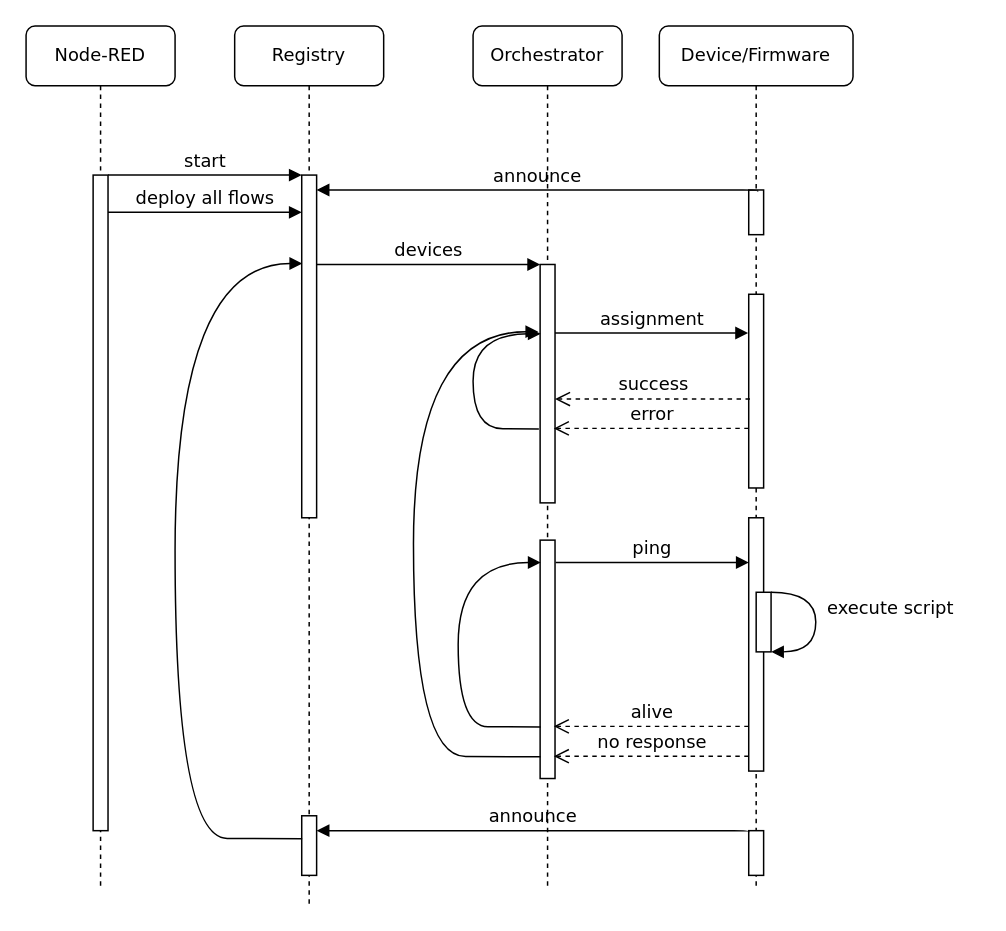
The draw.io diagram Thesis sequence diagram.drawio in BeeMargarida/dissertation, before the edit. Source tidied: cells renumbered, new cells numbered last; positions are measured from the earlier drawing's top-left corner, leaving out a move shared by most shapes. Both pictures are drawn from the tidied source at 149%, with x=0, y=0 at pixel (25, 25).
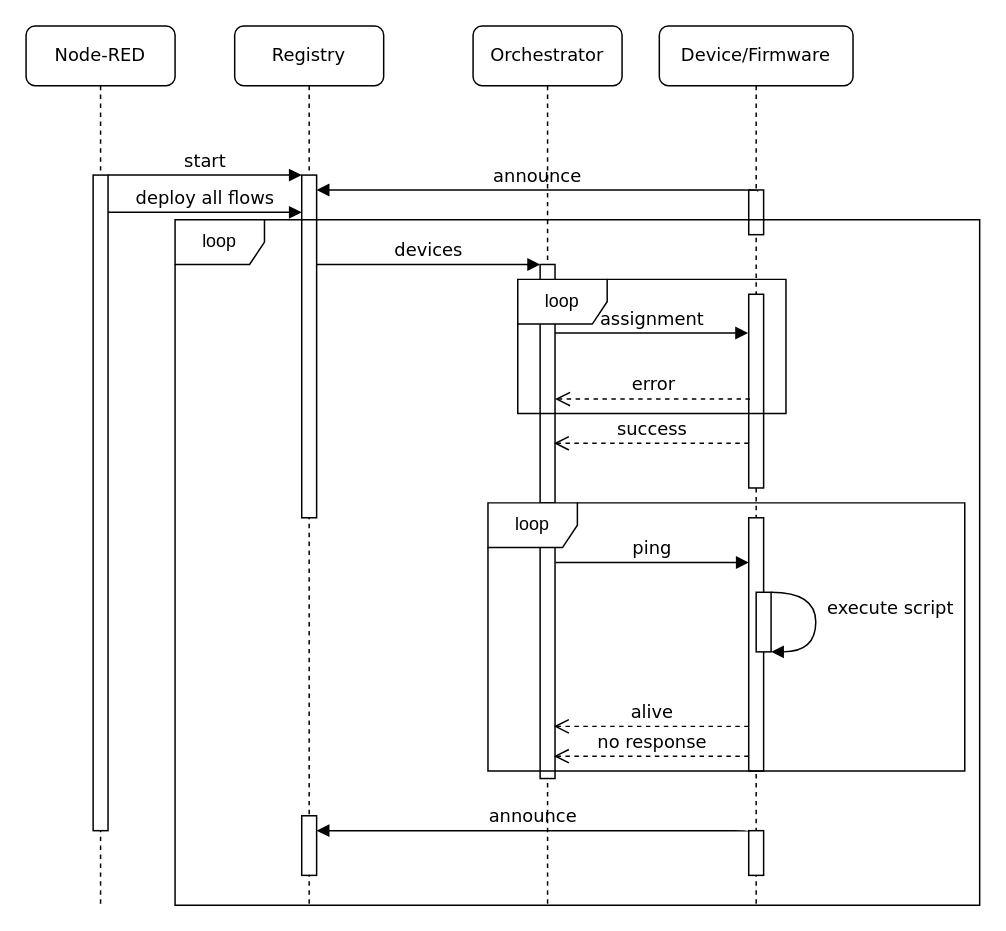
The same diagram, later.

The change refers to these unchanged cells:
```xml
<mxCell id="3" style="html=1;points=[];perimeter=orthogonalPerimeter;rounded=0;shadow=0;comic=0;labelBackgroundColor=none;strokeWidth=1;fontFamily=Verdana;fontSize=12;align=center;" parent="2" vertex="1">
  <mxGeometry x="45" y="100" width="10" height="230" as="geometry" />
</mxCell>
<mxCell id="6" style="html=1;points=[];perimeter=orthogonalPerimeter;rounded=0;shadow=0;comic=0;labelBackgroundColor=none;strokeWidth=1;fontFamily=Verdana;fontSize=12;align=center;" parent="5" vertex="1">
  <mxGeometry x="45" y="160" width="10" height="160" as="geometry" />
</mxCell>
<mxCell id="8" style="html=1;points=[];perimeter=orthogonalPerimeter;rounded=0;shadow=0;comic=0;labelBackgroundColor=none;strokeWidth=1;fontFamily=Verdana;fontSize=12;align=center;" parent="5" vertex="1">
  <mxGeometry x="45" y="345" width="10" height="160" as="geometry" />
</mxCell>
<mxCell id="11" style="html=1;points=[];perimeter=orthogonalPerimeter;rounded=0;shadow=0;comic=0;labelBackgroundColor=none;strokeWidth=1;fontFamily=Verdana;fontSize=12;align=center;" parent="10" vertex="1">
  <mxGeometry x="60" y="180" width="10" height="130" as="geometry" />
</mxCell>
```

The edit, as a diff of the source:
```diff
@@
     <mxCell id="5" value="Orchestrator" style="shape=umlLifeline;perimeter=lifelinePerimeter;whiteSpace=wrap;html=1;rounded=1;shadow=0;comic=0;labelBackgroundColor=none;strokeWidth=1;fontFamily=Verdana;fontSize=12;align=center;" parent="1" vertex="1">
-      <mxGeometry x="300" width="100" height="580" as="geometry" />
+      <mxGeometry x="300" width="100" height="590" as="geometry" />
     </mxCell>
@@
-    <mxCell id="7" style="html=1;verticalAlign=bottom;endArrow=block;labelBackgroundColor=none;fontFamily=Verdana;fontSize=12;elbow=vertical;edgeStyle=orthogonalEdgeStyle;curved=1;exitX=-0.083;exitY=0.69;exitPerimeter=0;exitDx=0;exitDy=0;entryX=0.036;entryY=0.291;entryDx=0;entryDy=0;entryPerimeter=0;" parent="5" edge="1" source="6" target="6">
-      <mxGeometry x="-0.16" y="30" relative="1" as="geometry">
-        <Array as="points">
-          <mxPoint x="40" y="270" />
-          <mxPoint y="270" />
-          <mxPoint y="207" />
-        </Array>
-      </mxGeometry>
-    </mxCell>
@@
-    <mxCell id="9" style="html=1;verticalAlign=bottom;endArrow=block;labelBackgroundColor=none;fontFamily=Verdana;fontSize=12;elbow=vertical;edgeStyle=orthogonalEdgeStyle;curved=1;exitX=0.036;exitY=0.784;exitPerimeter=0;exitDx=0;exitDy=0;entryX=0.036;entryY=0.094;entryDx=0;entryDy=0;entryPerimeter=0;" parent="5" edge="1" source="8" target="8">
-      <mxGeometry x="-0.16" y="30" relative="1" as="geometry">
-        <Array as="points">
-          <mxPoint x="30" y="470" />
-          <mxPoint x="-10" y="470" />
-          <mxPoint x="-10" y="360" />
-        </Array>
-      </mxGeometry>
-    </mxCell>
     <mxCell id="10" value="Device/Firmware" style="shape=umlLifeline;perimeter=lifelinePerimeter;whiteSpace=wrap;html=1;rounded=1;shadow=0;comic=0;labelBackgroundColor=none;strokeWidth=1;fontFamily=Verdana;fontSize=12;align=center;" parent="1" vertex="1">
-      <mxGeometry x="425" width="130" height="580" as="geometry" />
+      <mxGeometry x="425" width="130" height="590" as="geometry" />
     </mxCell>
@@
     <mxCell id="16" value="Node-RED" style="shape=umlLifeline;perimeter=lifelinePerimeter;whiteSpace=wrap;html=1;rounded=1;shadow=0;comic=0;labelBackgroundColor=none;strokeWidth=1;fontFamily=Verdana;fontSize=12;align=center;" parent="1" vertex="1">
-      <mxGeometry width="100" height="580" as="geometry" />
+      <mxGeometry width="100" height="590" as="geometry" />
     </mxCell>
@@
-    <mxCell id="23" value="success" style="html=1;verticalAlign=bottom;endArrow=open;dashed=1;endSize=8;exitX=0.083;exitY=0.541;labelBackgroundColor=none;fontFamily=Verdana;fontSize=12;exitDx=0;exitDy=0;exitPerimeter=0;" parent="1" edge="1" source="11" target="6">
+    <mxCell id="23" value="error" style="html=1;verticalAlign=bottom;endArrow=open;dashed=1;endSize=8;exitX=0.083;exitY=0.541;labelBackgroundColor=none;fontFamily=Verdana;fontSize=12;exitDx=0;exitDy=0;exitPerimeter=0;" parent="1" edge="1" source="11" target="6">
       <mxGeometry relative="1" as="geometry" />
     </mxCell>
-    <mxCell id="24" value="error" style="html=1;verticalAlign=bottom;endArrow=open;dashed=1;endSize=8;exitX=0.083;exitY=0.541;labelBackgroundColor=none;fontFamily=Verdana;fontSize=12;exitDx=0;exitDy=0;exitPerimeter=0;" parent="1" edge="1">
+    <mxCell id="24" value="success" style="html=1;verticalAlign=bottom;endArrow=open;dashed=1;endSize=8;exitX=0.083;exitY=0.541;labelBackgroundColor=none;fontFamily=Verdana;fontSize=12;exitDx=0;exitDy=0;exitPerimeter=0;" parent="1" edge="1">
       <mxGeometry relative="1" as="geometry">
-        <mxPoint x="485" y="270" as="sourcePoint" />
-        <mxPoint x="354.2" y="270" as="targetPoint" />
+        <mxPoint x="485" y="280" as="sourcePoint" />
+        <mxPoint x="354.2" y="280" as="targetPoint" />
       </mxGeometry>
     </mxCell>
@@
-    <mxCell id="29" style="html=1;verticalAlign=bottom;endArrow=block;labelBackgroundColor=none;fontFamily=Verdana;fontSize=12;elbow=vertical;edgeStyle=orthogonalEdgeStyle;curved=1;exitX=0.036;exitY=0.784;exitPerimeter=0;exitDx=0;exitDy=0;entryX=-0.126;entryY=0.282;entryDx=0;entryDy=0;entryPerimeter=0;" parent="1" edge="1" target="6">
-      <mxGeometry x="-0.16" y="30" relative="1" as="geometry">
-        <mxPoint x="345.3" y="490.4" as="sourcePoint" />
-        <Array as="points">
-          <mxPoint x="330" y="490" />
-          <mxPoint x="260" y="490" />
-          <mxPoint x="260" y="205" />
-        </Array>
-      </mxGeometry>
-    </mxCell>
@@
-    <mxCell id="31" style="html=1;verticalAlign=bottom;endArrow=block;labelBackgroundColor=none;fontFamily=Verdana;fontSize=12;elbow=vertical;edgeStyle=orthogonalEdgeStyle;curved=1;exitX=0.036;exitY=0.784;exitPerimeter=0;exitDx=0;exitDy=0;entryX=0.033;entryY=0.258;entryDx=0;entryDy=0;entryPerimeter=0;" parent="1" edge="1" target="3">
-      <mxGeometry x="-0.16" y="30" relative="1" as="geometry">
-        <mxPoint x="185.3" y="545.4" as="sourcePoint" />
-        <Array as="points">
-          <mxPoint x="170" y="545" />
-          <mxPoint x="100" y="545" />
-          <mxPoint x="100" y="159" />
-        </Array>
-      </mxGeometry>
-    </mxCell>
+    <mxCell id="32" value="loop" style="shape=umlFrame;whiteSpace=wrap;html=1;" parent="1" vertex="1">
+      <mxGeometry x="310" y="320" width="320" height="180" as="geometry" />
+    </mxCell>
+    <mxCell id="33" value="loop" style="shape=umlFrame;whiteSpace=wrap;html=1;" parent="1" vertex="1">
+      <mxGeometry x="330" y="170" width="180" height="90" as="geometry" />
+    </mxCell>
+    <mxCell id="34" value="loop" style="shape=umlFrame;whiteSpace=wrap;html=1;" parent="1" vertex="1">
+      <mxGeometry x="100" y="130" width="540" height="460" as="geometry" />
+    </mxCell>
```
